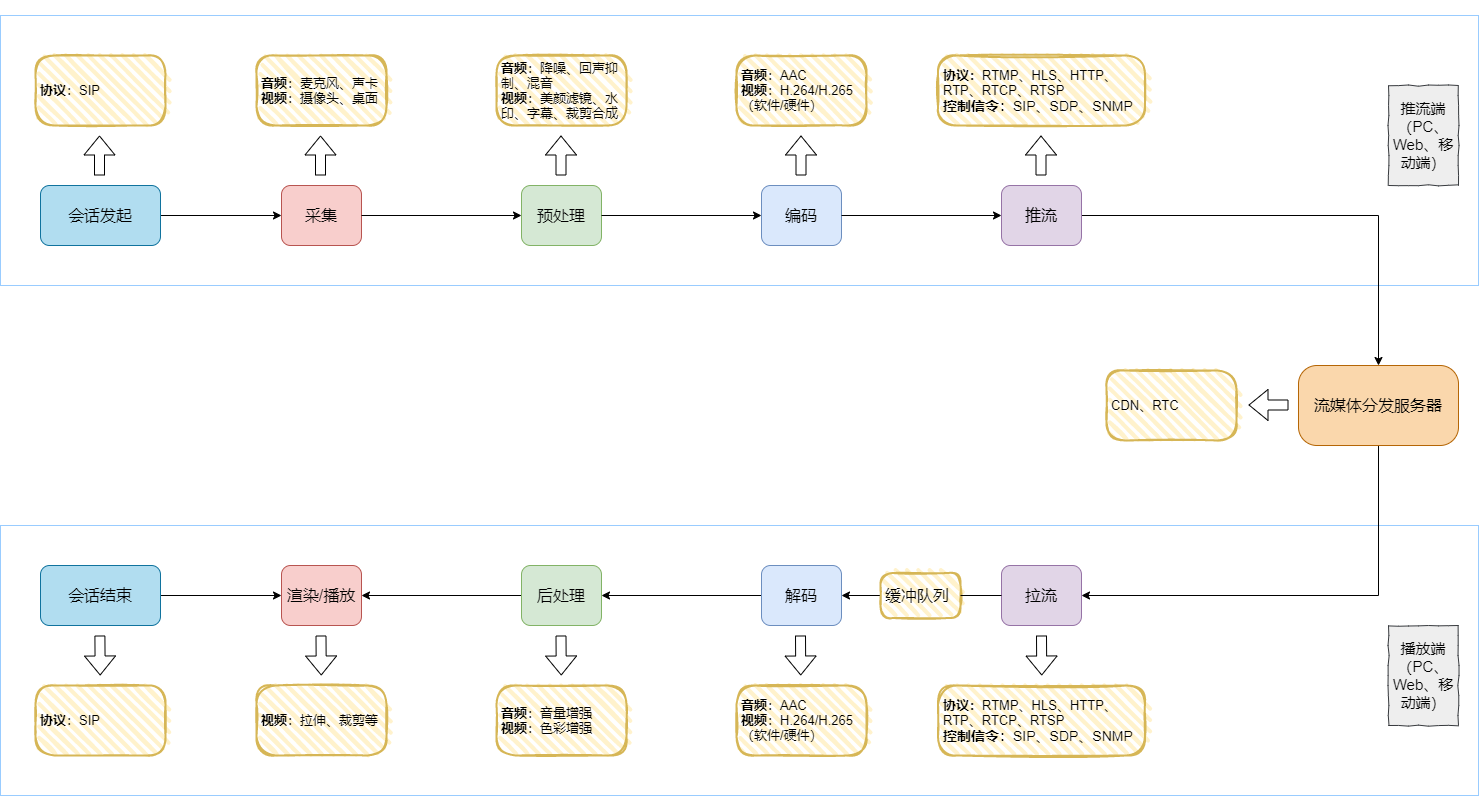
Earlier version of the draw.io export diagrams/音视频架构.drawio.png (suirane/assets). Source tidied: cells renumbered, new cells last; positions are measured from the earlier drawing's top-left corner, leaving out a move shared by most shapes.
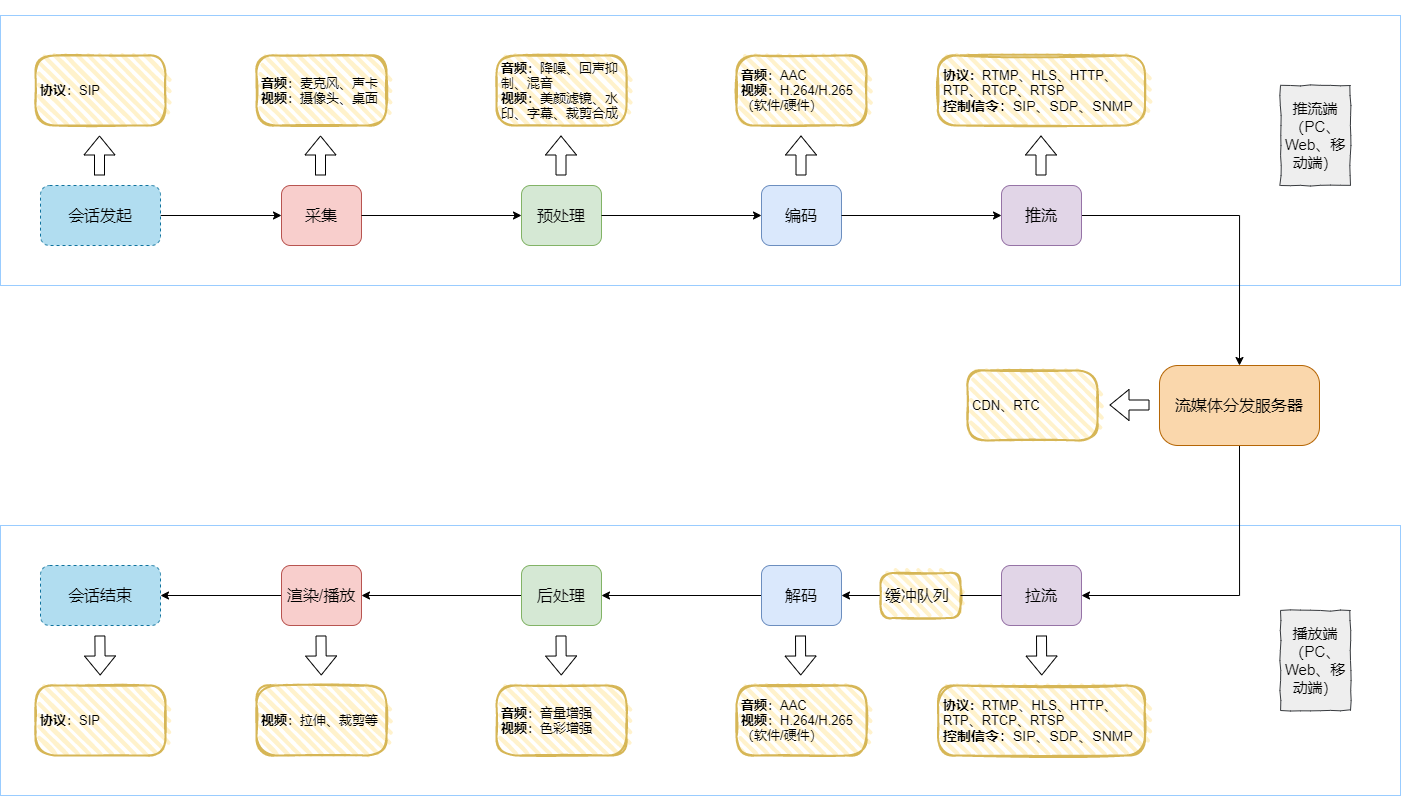
After the commit.

Commit message:
更新音视频架构.drawio.png

Change to the diagram source:
```diff
@@ -3,10 +3,10 @@
     <mxCell id="0" />
     <mxCell id="1" parent="0" />
     <mxCell id="2" value="&lt;h1&gt;&lt;br&gt;&lt;/h1&gt;" style="text;html=1;spacing=5;spacingTop=-20;whiteSpace=wrap;overflow=hidden;rounded=0;comic=0;fontSize=12;align=left;verticalAlign=middle;strokeColor=#99CCFF;" parent="1" vertex="1">
-      <mxGeometry y="510" width="1478" height="270" as="geometry" />
+      <mxGeometry y="510" width="1400" height="270" as="geometry" />
     </mxCell>
     <mxCell id="3" value="&lt;h1&gt;&lt;br&gt;&lt;/h1&gt;" style="text;html=1;spacing=5;spacingTop=-20;whiteSpace=wrap;overflow=hidden;rounded=0;comic=0;fontSize=12;align=left;verticalAlign=middle;strokeColor=#99CCFF;" parent="1" vertex="1">
-      <mxGeometry width="1478" height="270" as="geometry" />
+      <mxGeometry width="1400" height="270" as="geometry" />
     </mxCell>
     <mxCell id="4" value="&lt;span style=&quot;font-size: 16px&quot;&gt;采集&lt;/span&gt;" style="rounded=1;whiteSpace=wrap;html=1;fillColor=#f8cecc;strokeColor=#b85450;comic=0;" parent="1" vertex="1">
       <mxGeometry x="281" y="170" width="80" height="60" as="geometry" />
@@ -32,6 +32,9 @@
     <mxCell id="11" style="edgeStyle=orthogonalEdgeStyle;rounded=0;jettySize=auto;html=1;exitX=1;exitY=0.5;exitDx=0;exitDy=0;entryX=0;entryY=0.5;entryDx=0;entryDy=0;" parent="1" edge="1" source="7" target="10">
       <mxGeometry x="601" y="-670" as="geometry" />
     </mxCell>
+    <mxCell id="51" style="edgeStyle=orthogonalEdgeStyle;rounded=0;jettySize=auto;html=1;exitX=0;exitY=0.5;exitDx=0;exitDy=0;entryX=1;entryY=0.5;entryDx=0;entryDy=0;" parent="1" edge="1" source="12" target="46">
+      <mxGeometry relative="1" as="geometry" />
+    </mxCell>
     <mxCell id="12" value="&lt;span style=&quot;font-size: 16px&quot;&gt;渲染/播放&lt;/span&gt;" style="rounded=1;whiteSpace=wrap;html=1;fillColor=#f8cecc;strokeColor=#b85450;" parent="1" vertex="1">
       <mxGeometry x="281" y="550" width="80" height="60" as="geometry" />
     </mxCell>
@@ -126,22 +129,22 @@
       <mxGeometry relative="1" as="geometry" />
     </mxCell>
     <mxCell id="35" value="&lt;font style=&quot;font-size: 16px&quot;&gt;流媒体分发服务器&lt;/font&gt;" style="rounded=1;whiteSpace=wrap;html=1;comic=0;fontSize=12;align=center;verticalAlign=middle;arcSize=23;fillColor=#fad7ac;strokeColor=#b46504;" parent="1" vertex="1">
-      <mxGeometry x="1298" y="350" width="160" height="80" as="geometry" />
+      <mxGeometry x="1159" y="350" width="160" height="80" as="geometry" />
     </mxCell>
     <mxCell id="36" style="shape=flexArrow;endArrow=classic;html=1;fontSize=12;" parent="1" edge="1">
       <mxGeometry relative="1" as="geometry">
-        <mxPoint x="1288" y="389.5" as="sourcePoint" />
-        <mxPoint x="1248" y="389.5" as="targetPoint" />
+        <mxPoint x="1149" y="389.5" as="sourcePoint" />
+        <mxPoint x="1109" y="389.5" as="targetPoint" />
       </mxGeometry>
     </mxCell>
     <mxCell id="37" value="&lt;p style=&quot;line-height: 100%&quot;&gt;&lt;/p&gt;&lt;blockquote style=&quot;margin: 0 0 0 40px ; border: none ; padding: 0px&quot;&gt;&lt;/blockquote&gt;&lt;font style=&quot;font-size: 13px&quot;&gt;CDN、RTC&lt;/font&gt;&lt;br&gt;&lt;p&gt;&lt;/p&gt;" style="rounded=1;whiteSpace=wrap;html=1;strokeWidth=2;fillWeight=4;hachureGap=8;hachureAngle=45;fillColor=#fff2cc;sketch=1;strokeColor=#d6b656;align=left;fontSize=12;arcSize=27;verticalAlign=middle;spacingTop=0;spacing=0;horizontal=1;spacingLeft=5;spacingRight=5;" parent="1" vertex="1">
-      <mxGeometry x="1106" y="355" width="130" height="70" as="geometry" />
+      <mxGeometry x="967" y="355" width="130" height="70" as="geometry" />
     </mxCell>
     <mxCell id="38" value="&lt;span style=&quot;font-size: 15px&quot;&gt;推流端&lt;br&gt;（PC、Web、移动端）&lt;br&gt;&lt;/span&gt;" style="rounded=0;whiteSpace=wrap;html=1;comic=1;fontSize=12;align=center;verticalAlign=middle;fillColor=#eeeeee;strokeColor=#36393d;" parent="1" vertex="1">
-      <mxGeometry x="1388" y="70" width="70" height="100" as="geometry" />
+      <mxGeometry x="1280" y="70" width="70" height="100" as="geometry" />
     </mxCell>
     <mxCell id="39" value="&lt;span style=&quot;font-size: 15px&quot;&gt;播放端&lt;br&gt;（PC、Web、移动端）&lt;br&gt;&lt;/span&gt;" style="rounded=0;whiteSpace=wrap;html=1;comic=1;fontSize=12;align=center;verticalAlign=middle;fillColor=#eeeeee;strokeColor=#36393d;" parent="1" vertex="1">
-      <mxGeometry x="1388" y="610" width="70" height="100" as="geometry" />
+      <mxGeometry x="1280" y="595" width="70" height="100" as="geometry" />
     </mxCell>
     <mxCell id="40" value="&lt;p style=&quot;line-height: 100%&quot;&gt;&lt;/p&gt;&lt;blockquote style=&quot;margin: 0 0 0 40px ; border: none ; padding: 0px&quot;&gt;&lt;/blockquote&gt;&lt;font style=&quot;font-size: 13px&quot;&gt;&lt;b&gt;协议：&lt;/b&gt;RTMP、HLS、HTTP、RTP、RTCP、RTSP&lt;br&gt;&lt;/font&gt;&lt;font style=&quot;font-size: 14px&quot;&gt;&lt;b&gt;控制信令&lt;/b&gt;：SIP、SDP、SNMP&lt;/font&gt;&lt;br&gt;&lt;p&gt;&lt;/p&gt;" style="rounded=1;whiteSpace=wrap;html=1;strokeWidth=2;fillWeight=4;hachureGap=8;hachureAngle=45;fillColor=#fff2cc;sketch=1;strokeColor=#d6b656;align=left;fontSize=12;arcSize=27;verticalAlign=middle;spacingTop=0;spacing=0;horizontal=1;spacingLeft=5;spacingRight=5;" parent="1" vertex="1">
       <mxGeometry x="937.5" y="670" width="207" height="70" as="geometry" />
@@ -149,7 +152,7 @@
     <mxCell id="41" style="edgeStyle=orthogonalEdgeStyle;rounded=0;jettySize=auto;html=1;entryX=0;entryY=0.5;entryDx=0;entryDy=0;fontSize=12;" parent="1" edge="1" source="42" target="4">
       <mxGeometry relative="1" as="geometry" />
     </mxCell>
-    <mxCell id="42" value="&lt;font style=&quot;font-size: 16px&quot;&gt;会话发起&lt;/font&gt;" style="rounded=1;whiteSpace=wrap;html=1;comic=0;fontSize=12;align=center;verticalAlign=middle;fillColor=#b1ddf0;strokeColor=#10739e;" parent="1" vertex="1">
+    <mxCell id="42" value="&lt;font style=&quot;font-size: 16px&quot;&gt;会话发起&lt;/font&gt;" style="rounded=1;whiteSpace=wrap;html=1;comic=0;fontSize=12;align=center;verticalAlign=middle;fillColor=#b1ddf0;strokeColor=#10739e;dashed=1;" parent="1" vertex="1">
       <mxGeometry x="40" y="170" width="120" height="60" as="geometry" />
     </mxCell>
     <mxCell id="43" value="&lt;p style=&quot;line-height: 100%&quot;&gt;&lt;/p&gt;&lt;blockquote style=&quot;margin: 0 0 0 40px ; border: none ; padding: 0px&quot;&gt;&lt;/blockquote&gt;&lt;span style=&quot;font-size: 13px&quot;&gt;&lt;div&gt;&lt;font style=&quot;font-size: 13px&quot;&gt;&lt;b&gt;协议&lt;/b&gt;&lt;span style=&quot;font-weight: normal&quot;&gt;：SIP&lt;/span&gt;&lt;/font&gt;&lt;/div&gt;&lt;/span&gt;&lt;p&gt;&lt;/p&gt;" style="rounded=1;whiteSpace=wrap;html=1;strokeWidth=2;fillWeight=4;hachureGap=8;hachureAngle=45;fillColor=#fff2cc;sketch=1;strokeColor=#d6b656;align=left;fontSize=12;arcSize=27;verticalAlign=middle;spacingTop=0;spacing=0;horizontal=1;spacingLeft=5;spacingRight=5;" parent="1" vertex="1">
@@ -161,12 +164,7 @@
         <mxPoint x="99" y="120" as="targetPoint" />
       </mxGeometry>
     </mxCell>
-    <mxCell id="45" style="edgeStyle=orthogonalEdgeStyle;rounded=0;jettySize=auto;html=1;entryX=0;entryY=0.5;entryDx=0;entryDy=0;fontSize=12;" parent="1" edge="1" source="46">
-      <mxGeometry relative="1" as="geometry">
-        <mxPoint x="281" y="580" as="targetPoint" />
-      </mxGeometry>
-    </mxCell>
-    <mxCell id="46" value="&lt;font style=&quot;font-size: 16px&quot;&gt;会话结束&lt;/font&gt;" style="rounded=1;whiteSpace=wrap;html=1;comic=0;fontSize=12;align=center;verticalAlign=middle;fillColor=#b1ddf0;strokeColor=#10739e;" parent="1" vertex="1">
+    <mxCell id="46" value="&lt;font style=&quot;font-size: 16px&quot;&gt;会话结束&lt;/font&gt;" style="rounded=1;whiteSpace=wrap;html=1;comic=0;fontSize=12;align=center;verticalAlign=middle;fillColor=#b1ddf0;strokeColor=#10739e;dashed=1;" parent="1" vertex="1">
       <mxGeometry x="40" y="550" width="120" height="60" as="geometry" />
     </mxCell>
     <mxCell id="47" value="&lt;p style=&quot;line-height: 100%&quot;&gt;&lt;/p&gt;&lt;blockquote style=&quot;margin: 0 0 0 40px ; border: none ; padding: 0px&quot;&gt;&lt;/blockquote&gt;&lt;span style=&quot;font-size: 13px&quot;&gt;&lt;div&gt;&lt;font style=&quot;font-size: 13px&quot;&gt;&lt;b&gt;协议&lt;/b&gt;&lt;span style=&quot;font-weight: normal&quot;&gt;：SIP&lt;/span&gt;&lt;/font&gt;&lt;/div&gt;&lt;/span&gt;&lt;p&gt;&lt;/p&gt;" style="rounded=1;whiteSpace=wrap;html=1;strokeWidth=2;fillWeight=4;hachureGap=8;hachureAngle=45;fillColor=#fff2cc;sketch=1;strokeColor=#d6b656;align=left;fontSize=12;arcSize=27;verticalAlign=middle;spacingTop=0;spacing=0;horizontal=1;spacingLeft=5;spacingRight=5;" parent="1" vertex="1">
```
